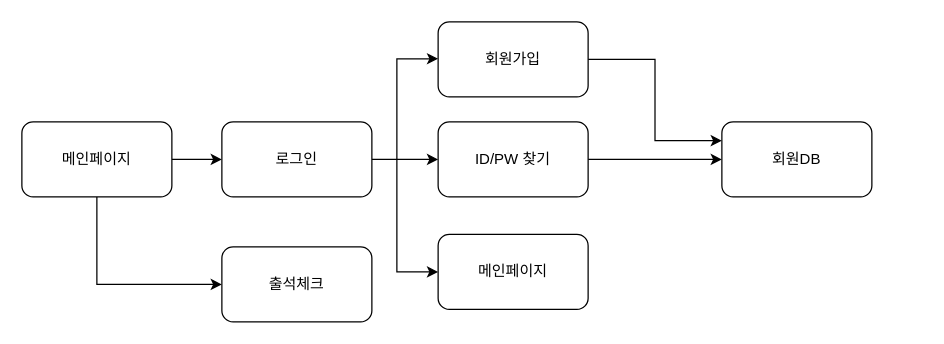
Before: page "login" (2 of 3) of Untitled Diagram.drawio in pyurumi/project_japan, a draw.io diagram. Source tidied: cells renumbered, new cells numbered last; positions are measured from the earlier drawing's top-left corner, leaving out a move shared by most shapes. Both pictures are drawn from the tidied source at 125%, with x=0, y=0 at pixel (21, 21).
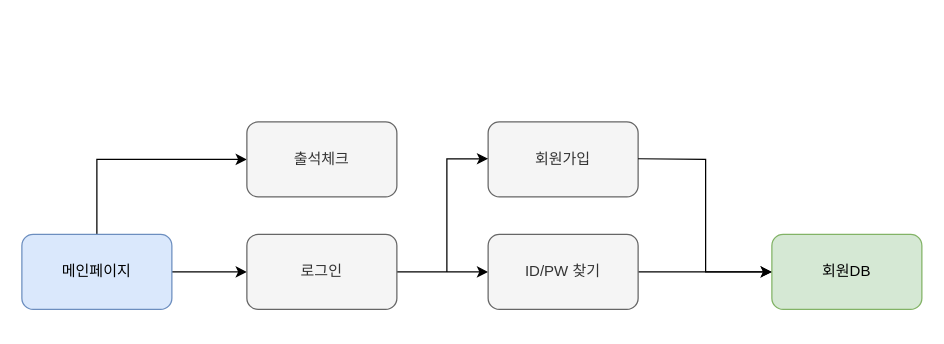
After the change.

What changed in the source:
```diff
@@
     <mxCell id="3" style="edgeStyle=orthogonalEdgeStyle;rounded=0;jettySize=auto;html=1;exitX=0.5;exitY=1;exitDx=0;exitDy=0;entryX=0;entryY=0.5;entryDx=0;entryDy=0;" parent="1" edge="1" source="4" target="15">
-      <mxGeometry relative="1" as="geometry" />
+      <mxGeometry relative="1" as="geometry">
+        <Array as="points">
+          <mxPoint x="60" y="110" />
+        </Array>
+      </mxGeometry>
     </mxCell>
-    <mxCell id="4" value="메인페이지" style="rounded=1;whiteSpace=wrap;html=1;" parent="1" vertex="1">
-      <mxGeometry y="80" width="120" height="60" as="geometry" />
+    <mxCell id="4" value="메인페이지" style="rounded=1;whiteSpace=wrap;html=1;fillColor=#dae8fc;strokeColor=#6c8ebf;" parent="1" vertex="1">
+      <mxGeometry y="170" width="120" height="60" as="geometry" />
     </mxCell>
     <mxCell id="5" style="edgeStyle=orthogonalEdgeStyle;rounded=0;jettySize=auto;html=1;exitX=1;exitY=0.5;exitDx=0;exitDy=0;" parent="1" edge="1" source="6" target="10">
       <mxGeometry relative="1" as="geometry">
         <Array as="points">
-          <mxPoint x="333" y="110" />
+          <mxPoint x="353" y="200" />
         </Array>
       </mxGeometry>
     </mxCell>
-    <mxCell id="6" value="로그인" style="rounded=1;whiteSpace=wrap;html=1;" parent="1" vertex="1">
-      <mxGeometry x="160" y="80" width="120" height="60" as="geometry" />
+    <mxCell id="6" value="로그인" style="rounded=1;whiteSpace=wrap;html=1;fillColor=#f5f5f5;strokeColor=#666666;fontColor=#333333;" parent="1" vertex="1">
+      <mxGeometry x="180" y="170" width="120" height="60" as="geometry" />
     </mxCell>
-    <mxCell id="7" style="edgeStyle=orthogonalEdgeStyle;rounded=0;jettySize=auto;html=1;exitX=1;exitY=0.5;exitDx=0;exitDy=0;entryX=0;entryY=0.25;entryDx=0;entryDy=0;" parent="1" edge="1" source="8" target="14">
-      <mxGeometry relative="1" as="geometry" />
-    </mxCell>
-    <mxCell id="8" value="회원가입" style="rounded=1;whiteSpace=wrap;html=1;" parent="1" vertex="1">
-      <mxGeometry x="333" width="120" height="60" as="geometry" />
+    <mxCell id="8" value="회원가입" style="rounded=1;whiteSpace=wrap;html=1;fillColor=#f5f5f5;strokeColor=#666666;fontColor=#333333;" parent="1" vertex="1">
+      <mxGeometry x="373" y="80" width="120" height="60" as="geometry" />
     </mxCell>
@@
-    <mxCell id="10" value="ID/PW 찾기" style="rounded=1;whiteSpace=wrap;html=1;" parent="1" vertex="1">
-      <mxGeometry x="333" y="80" width="120" height="60" as="geometry" />
+    <mxCell id="10" value="ID/PW 찾기" style="rounded=1;whiteSpace=wrap;html=1;fillColor=#f5f5f5;strokeColor=#666666;fontColor=#333333;" parent="1" vertex="1">
+      <mxGeometry x="373" y="170" width="120" height="60" as="geometry" />
     </mxCell>
-    <mxCell id="11" value="메인페이지" style="rounded=1;whiteSpace=wrap;html=1;" parent="1" vertex="1">
-      <mxGeometry x="333" y="170" width="120" height="60" as="geometry" />
-    </mxCell>
     <mxCell id="12" style="edgeStyle=orthogonalEdgeStyle;rounded=0;orthogonalLoop=1;jettySize=auto;html=1;" parent="1" edge="1">
       <mxGeometry relative="1" as="geometry">
-        <mxPoint x="300" y="110" as="sourcePoint" />
-        <mxPoint x="333" y="29.5" as="targetPoint" />
+        <mxPoint x="340" y="200" as="sourcePoint" />
+        <mxPoint x="373" y="109.5" as="targetPoint" />
         <Array as="points">
-          <mxPoint x="333" y="29.5" />
+          <mxPoint x="373" y="109.5" />
         </Array>
       </mxGeometry>
     </mxCell>
-    <mxCell id="13" style="edgeStyle=orthogonalEdgeStyle;rounded=0;orthogonalLoop=1;jettySize=auto;html=1;" parent="1" edge="1">
-      <mxGeometry relative="1" as="geometry">
-        <mxPoint x="300" y="110" as="sourcePoint" />
-        <mxPoint x="333" y="200" as="targetPoint" />
-        <Array as="points">
-          <mxPoint x="333" y="199.5" />
-        </Array>
-      </mxGeometry>
-    </mxCell>
-    <mxCell id="14" value="회원DB" style="rounded=1;whiteSpace=wrap;html=1;" parent="1" vertex="1">
-      <mxGeometry x="560" y="80" width="120" height="60" as="geometry" />
+    <mxCell id="14" value="회원DB" style="rounded=1;whiteSpace=wrap;html=1;fillColor=#d5e8d4;strokeColor=#82b366;" parent="1" vertex="1">
+      <mxGeometry x="600" y="170" width="120" height="60" as="geometry" />
     </mxCell>
-    <mxCell id="15" value="출석체크" style="rounded=1;whiteSpace=wrap;html=1;" parent="1" vertex="1">
-      <mxGeometry x="160" y="180" width="120" height="60" as="geometry" />
+    <mxCell id="15" value="출석체크" style="rounded=1;whiteSpace=wrap;html=1;fillColor=#f5f5f5;strokeColor=#666666;fontColor=#333333;" parent="1" vertex="1">
+      <mxGeometry x="180" y="80" width="120" height="60" as="geometry" />
     </mxCell>
+    <mxCell id="16" style="edgeStyle=orthogonalEdgeStyle;rounded=0;jettySize=auto;html=1;exitX=1;exitY=0.5;exitDx=0;exitDy=0;entryX=0;entryY=0.5;entryDx=0;entryDy=0;" parent="1" edge="1" target="14">
+      <mxGeometry relative="1" as="geometry">
+        <mxPoint x="493" y="109.5" as="sourcePoint" />
+      </mxGeometry>
+    </mxCell>
```
